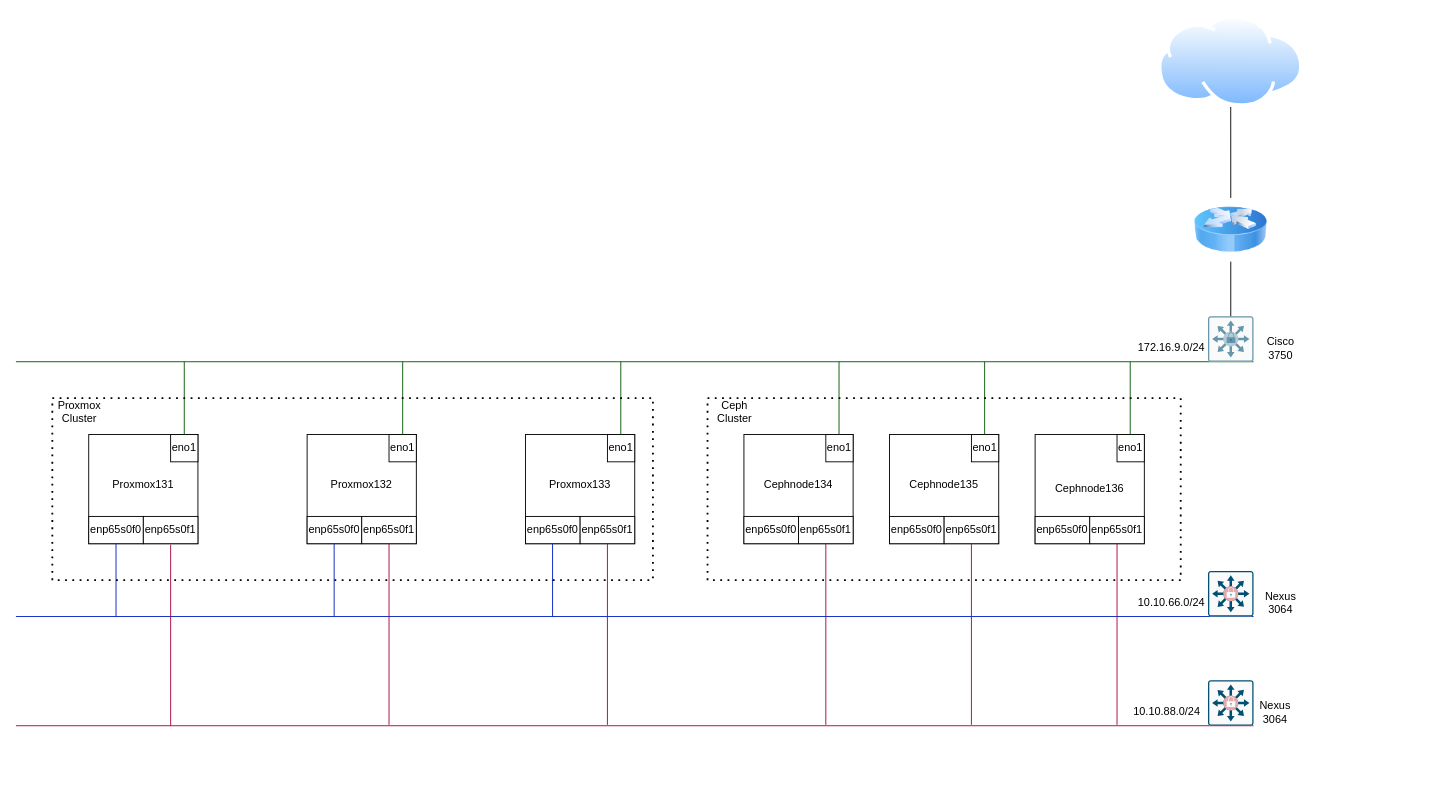
This is Triển khai thực tế/5.Proxmox-Ceph-Nexus3064 - Lần 4/Proxmox-Ceph-Nexus3064.drawio from tudv1989/THUCTAPNHANHOA2025-HATANG, a draw.io file, before an edit. Source tidied: cells renumbered, new cells numbered last; positions are measured from the earlier drawing's top-left corner, leaving out a move shared by most shapes. Both pictures are drawn from the tidied source at 91%, with x=0, y=0 at pixel (15, 15).
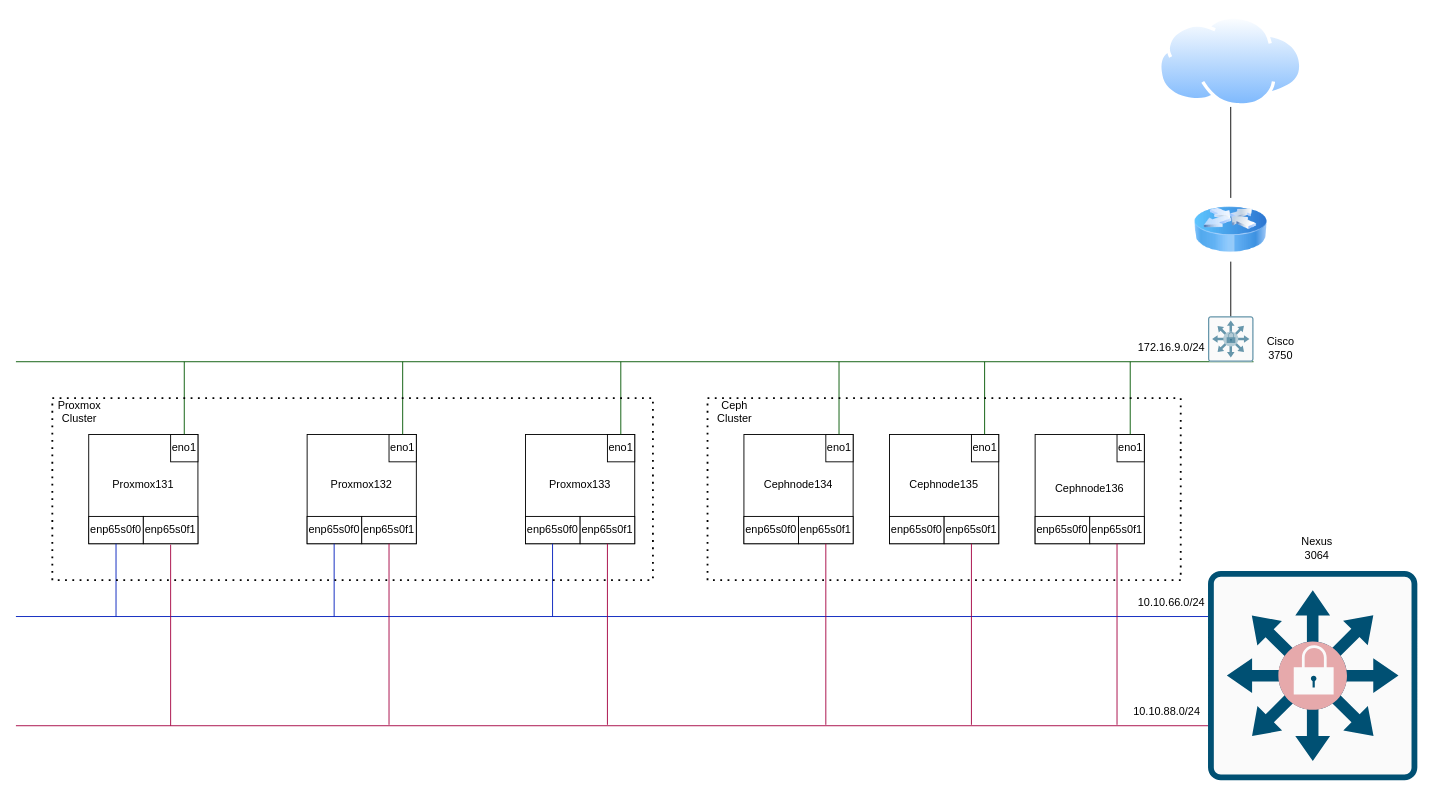
After the change.

What changed in the source:
```diff
@@
     <mxCell id="50" style="sketch=0;verticalLabelPosition=bottom;html=1;verticalAlign=top;align=center;shape=mxgraph.cisco19.rect;prIcon=secure_catalyst_switch_color;fillColor=#FAFAFA;strokeColor=#005073;" parent="1" vertex="1">
-      <mxGeometry x="1310" y="610" width="50" height="50" as="geometry" />
+      <mxGeometry x="1310" y="610" width="230" height="230" as="geometry" />
     </mxCell>
-    <mxCell id="51" style="sketch=0;verticalLabelPosition=bottom;html=1;verticalAlign=top;align=center;shape=mxgraph.cisco19.rect;prIcon=secure_catalyst_switch_color;fillColor=#FAFAFA;strokeColor=#005073;" parent="1" vertex="1">
-      <mxGeometry x="1310" y="730" width="50" height="50" as="geometry" />
-    </mxCell>
@@
     <mxCell id="58" value="Nexus 3064" style="text;html=1;align=center;verticalAlign=middle;whiteSpace=wrap;rounded=0;" parent="1" vertex="1">
-      <mxGeometry x="1360" y="630" width="60" height="30" as="geometry" />
+      <mxGeometry x="1400" y="570" width="60" height="30" as="geometry" />
     </mxCell>
-    <mxCell id="59" value="Nexus 3064" style="text;html=1;align=center;verticalAlign=middle;whiteSpace=wrap;rounded=0;" parent="1" vertex="1">
-      <mxGeometry x="1354.4" y="750" width="60" height="30" as="geometry" />
-    </mxCell>
```
